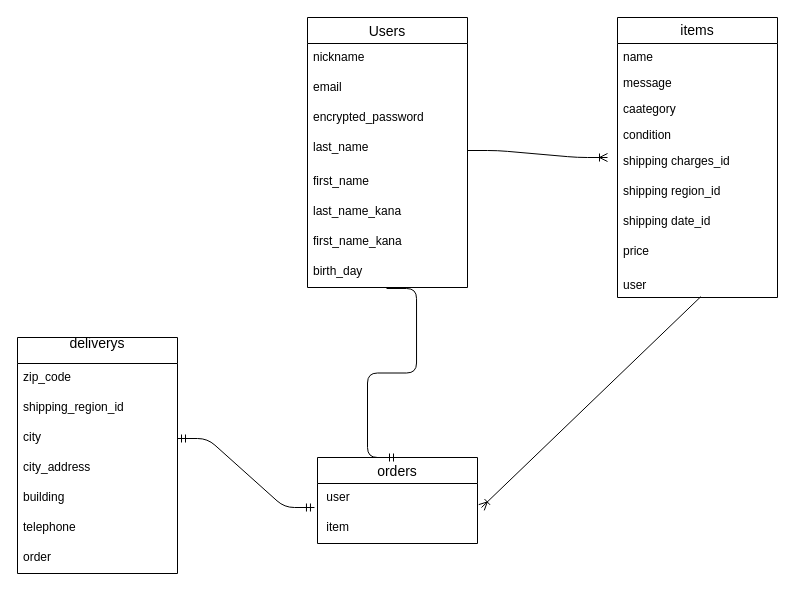
This is ER.dio from tatsu11096/furima-38578, a draw.io file, before an edit. Source tidied: cells renumbered, new cells numbered last; positions are measured from the earlier drawing's top-left corner, leaving out a move shared by most shapes. Both pictures are drawn from the tidied source at 100%, with x=0, y=0 at pixel (17, 17).
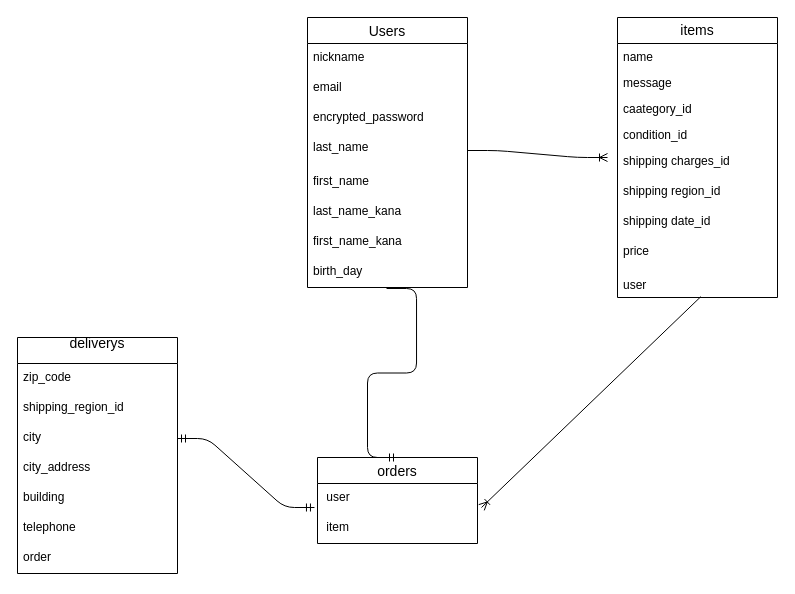
After the change.

Commit message (it also covers changes not shown here):
データベース修正４

The change refers to these unchanged cells:
```xml
<mxCell id="22" value="items" style="swimlane;fontStyle=0;horizontal=1;startSize=26;align=center;fontSize=14;whiteSpace=wrap;" parent="1" vertex="1">
  <mxGeometry x="600" width="160" height="280" as="geometry" />
</mxCell>
```

Change to the diagram source:
```diff
@@
-    <mxCell id="25" value="caategory" style="text;strokeColor=none;fillColor=none;spacingLeft=4;spacingRight=4;overflow=hidden;fontSize=12;" parent="22" vertex="1">
+    <mxCell id="25" value="caategory_id" style="text;strokeColor=none;fillColor=none;spacingLeft=4;spacingRight=4;overflow=hidden;fontSize=12;" parent="22" vertex="1">
       <mxGeometry y="78" width="160" height="26" as="geometry" />
     </mxCell>
-    <mxCell id="26" value="condition" style="text;strokeColor=none;fillColor=none;spacingLeft=4;spacingRight=4;overflow=hidden;fontSize=12;" parent="22" vertex="1">
+    <mxCell id="26" value="condition_id" style="text;strokeColor=none;fillColor=none;spacingLeft=4;spacingRight=4;overflow=hidden;fontSize=12;" parent="22" vertex="1">
       <mxGeometry y="104" width="160" height="26" as="geometry" />
     </mxCell>
```
